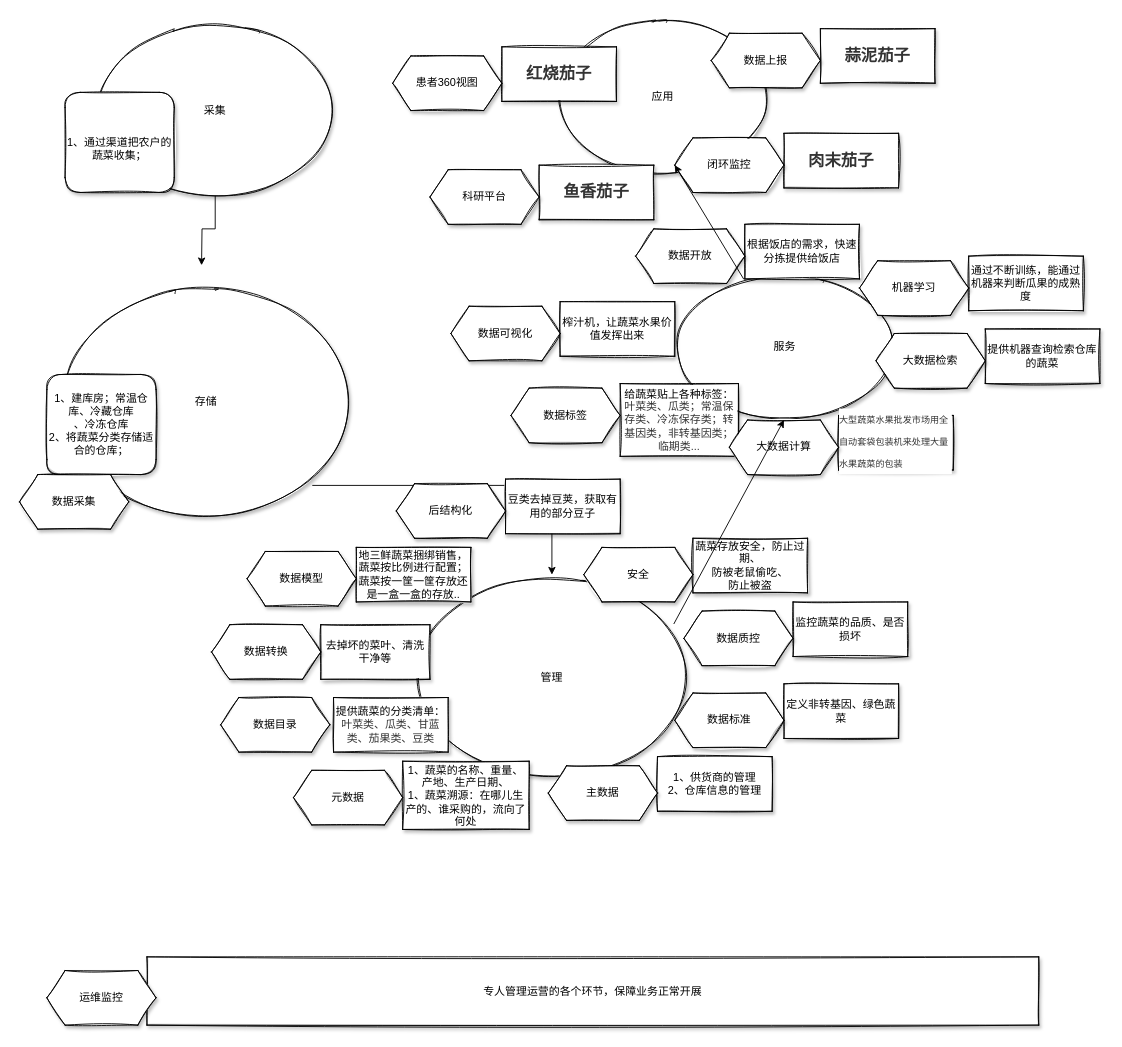
This is 生鲜仓库的类比例子.drawio from goylsf/image, a draw.io file, before an edit. Source tidied: cells renumbered, new cells numbered last; positions are measured from the earlier drawing's top-left corner, leaving out a move shared by most shapes. Both pictures are drawn from the tidied source at 91%, with x=0, y=0 at pixel (19, 19).
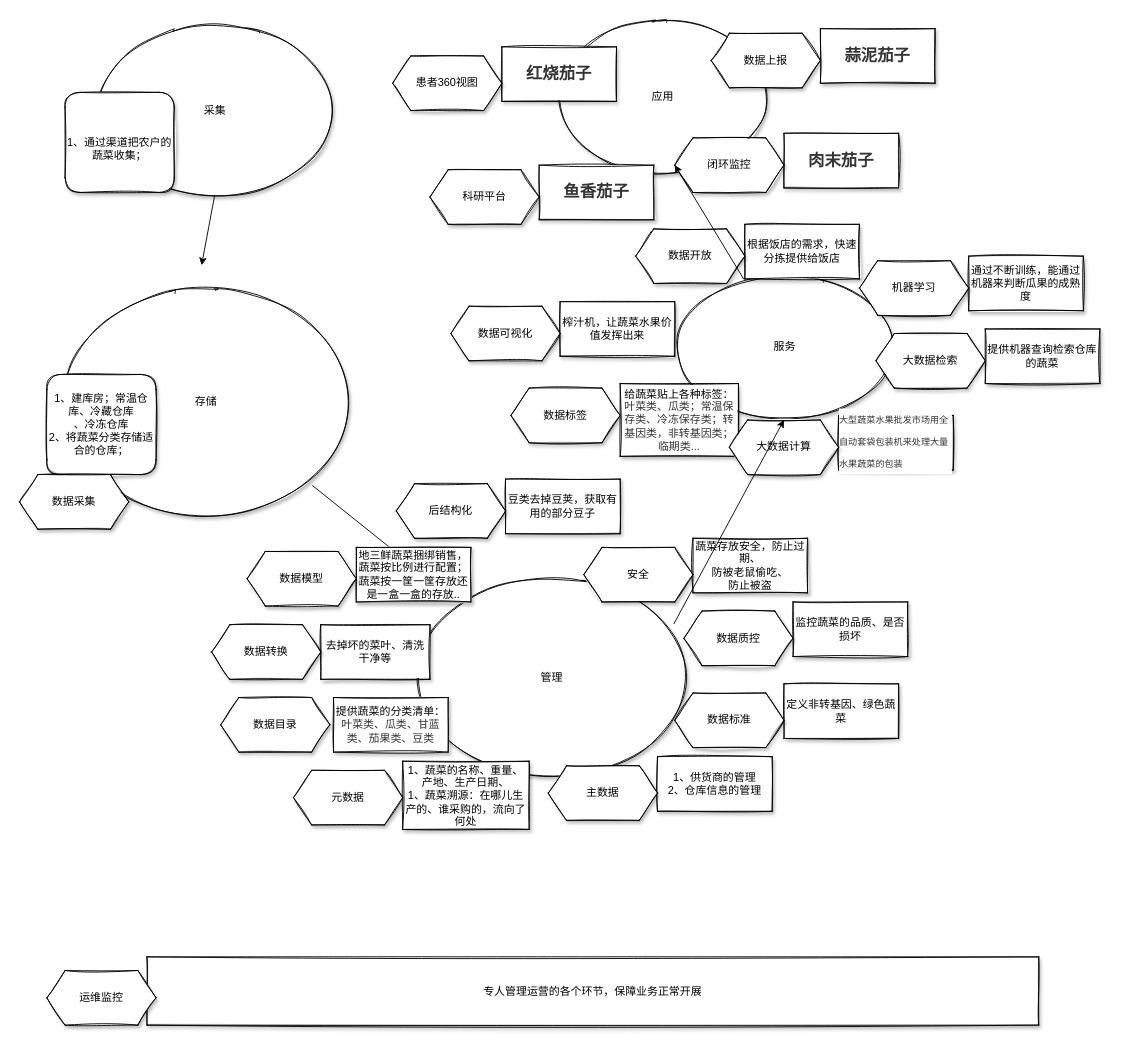
Above is the later version.

Commit message (it also covers changes not shown here):
更新生鲜仓库的类比例子.drawio

The change refers to these unchanged cells:
```xml
<mxCell id="3" value="采集" style="ellipse;whiteSpace=wrap;html=1;shadow=1;glass=0;sketch=1;" parent="1" vertex="1">
  <mxGeometry x="80" y="10" width="270" height="180" as="geometry" />
</mxCell>
<mxCell id="5" value="存储" style="ellipse;whiteSpace=wrap;html=1;shadow=1;glass=0;sketch=1;" parent="1" vertex="1">
  <mxGeometry x="40" y="290" width="330" height="260" as="geometry" />
</mxCell>
<mxCell id="6" value="管理" style="ellipse;whiteSpace=wrap;html=1;shadow=1;glass=0;sketch=1;" parent="1" vertex="1">
  <mxGeometry x="430" y="610" width="310" height="225" as="geometry" />
</mxCell>
```

Change to the diagram source:
```diff
@@
-    <mxCell id="2" style="edgeStyle=orthogonalEdgeStyle;rounded=0;jettySize=auto;html=1;exitX=0.5;exitY=1;exitDx=0;exitDy=0;" parent="1" edge="1" source="3">
+    <mxCell id="2" style="rounded=0;jettySize=auto;html=1;exitX=0.5;exitY=1;exitDx=0;exitDy=0;" parent="1" edge="1" source="3">
       <mxGeometry relative="1" as="geometry">
         <mxPoint x="200" y="270" as="targetPoint" />
       </mxGeometry>
     </mxCell>
@@
-    <mxCell id="4" style="edgeStyle=orthogonalEdgeStyle;rounded=0;jettySize=auto;html=1;exitX=1;exitY=1;exitDx=0;exitDy=0;" parent="1" edge="1" source="5" target="6">
+    <mxCell id="4" style="rounded=0;jettySize=auto;html=1;exitX=1;exitY=1;exitDx=0;exitDy=0;" parent="1" edge="1" source="5" target="6">
       <mxGeometry relative="1" as="geometry" />
     </mxCell>
```
